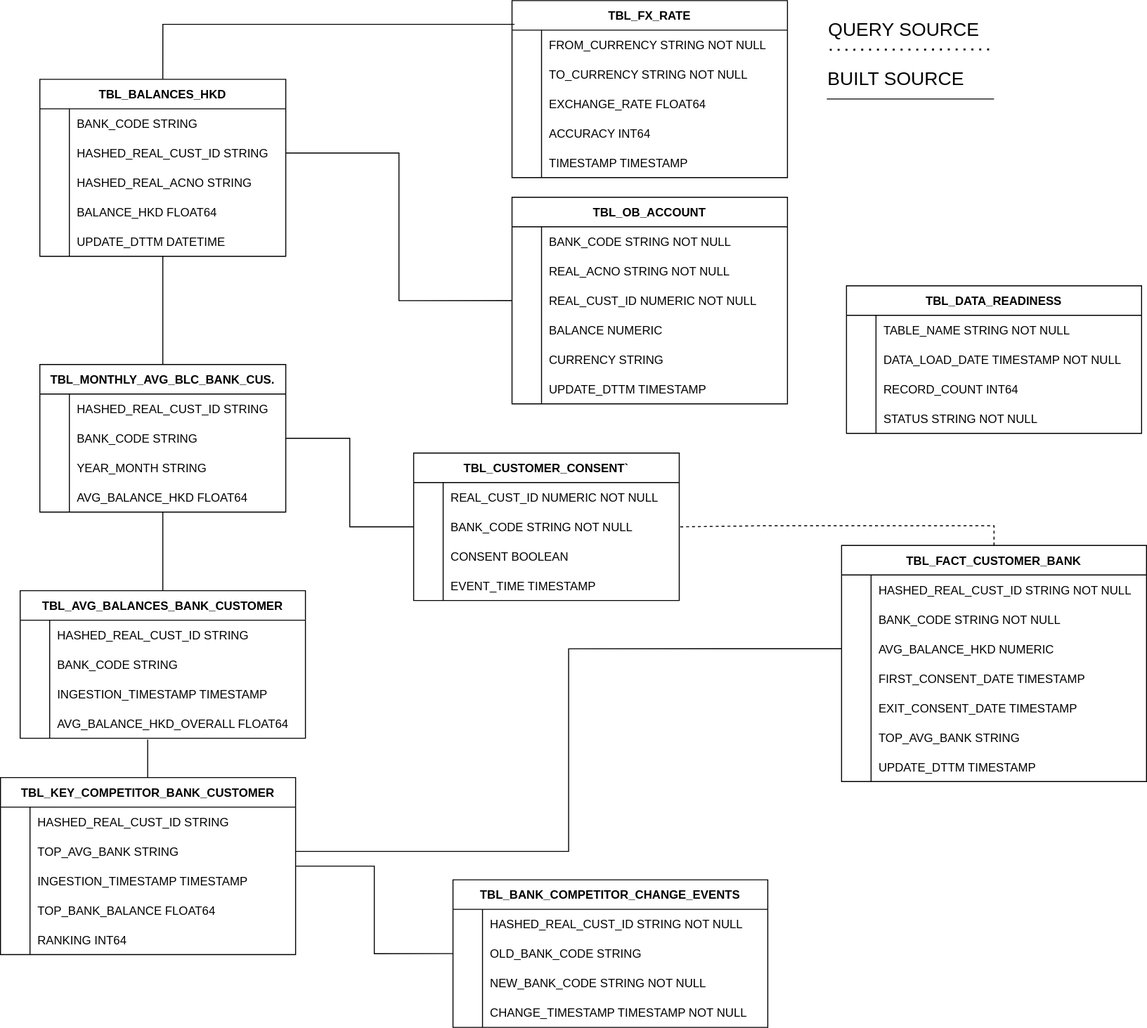
Earlier version of the draw.io export docs/ER Diagram.drawio.svg (sfandino/global-banking). Source tidied: cells renumbered, new cells last; positions are measured from the earlier drawing's top-left corner, leaving out a move shared by most shapes.
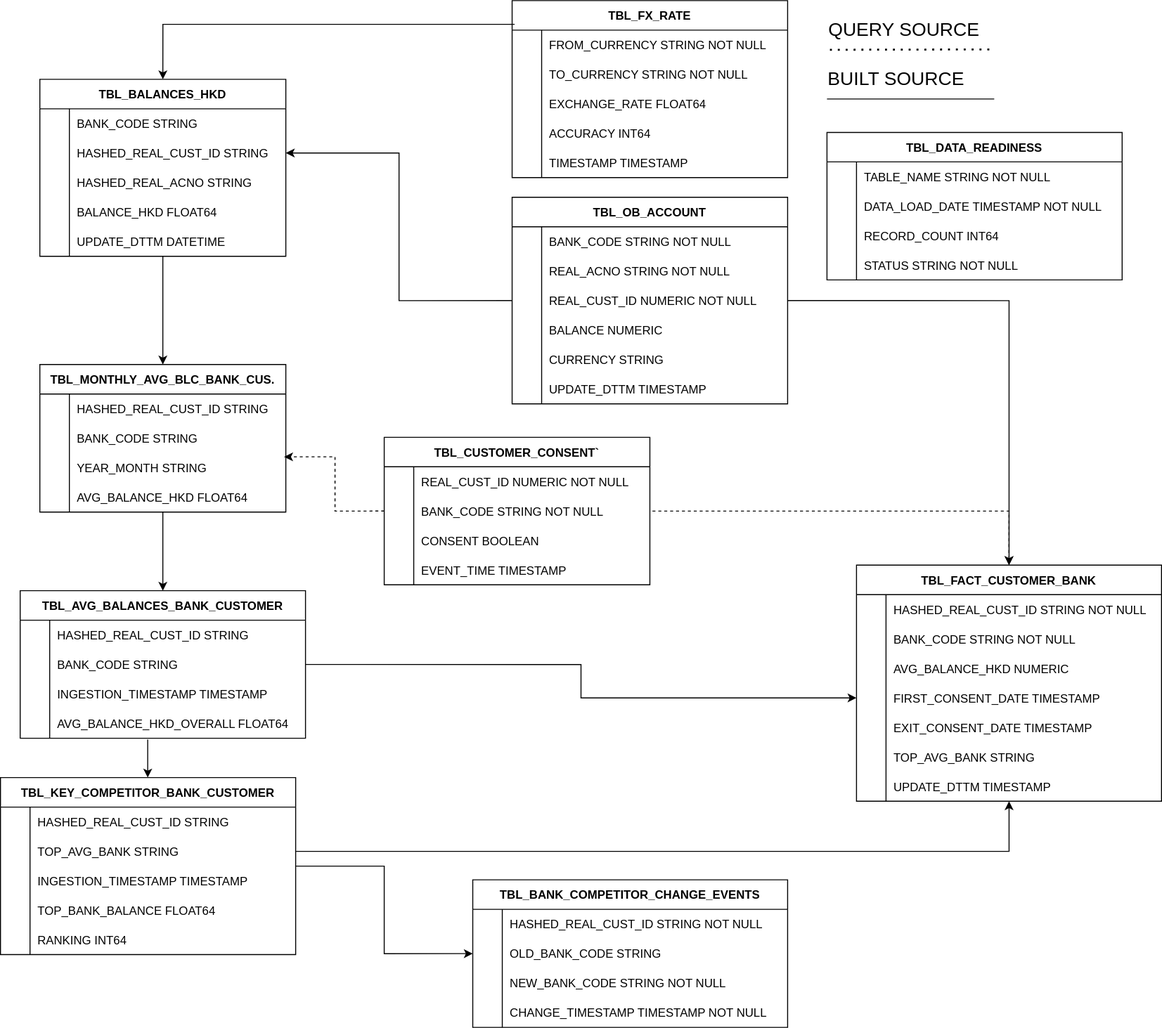
Later version of the same file.

The edit, as a diff of the source:
```diff
@@ -60,7 +60,7 @@
       <mxGeometry x="30" width="250" height="30" as="geometry" />
     </mxCell>
     <mxCell id="21" value="TBL_CUSTOMER_CONSENT`" style="shape=table;startSize=30;rowLines=0;fontStyle=1;align=center;" parent="1" vertex="1">
-      <mxGeometry x="420" y="460" width="270" height="150" as="geometry" />
+      <mxGeometry x="390" y="444" width="270" height="150" as="geometry" />
     </mxCell>
     <mxCell id="22" style="shape=tableRow;horizontal=0;startSize=0;swimlaneHead=0;swimlaneBody=0;fillColor=none;strokeColor=inherit;top=0;left=0;right=0;bottom=0;" parent="21" vertex="1">
       <mxGeometry y="30" width="270" height="30" as="geometry" />
@@ -233,10 +233,10 @@
     <mxCell id="78" value="AVG_BALANCE_HKD FLOAT64" style="shape=partialRectangle;overflow=hidden;fillColor=none;align=left;strokeColor=inherit;top=0;left=0;bottom=0;right=0;spacingLeft=6;" parent="76" vertex="1">
       <mxGeometry x="30" width="220" height="30" as="geometry" />
     </mxCell>
-    <mxCell id="79" style="edgeStyle=orthogonalEdgeStyle;rounded=0;jettySize=auto;html=1;exitX=0.5;exitY=0;exitDx=0;exitDy=0;endArrow=none;endFill=0;" parent="1" edge="1" source="81" target="66">
+    <mxCell id="79" style="edgeStyle=orthogonalEdgeStyle;rounded=0;jettySize=auto;html=1;exitX=0.5;exitY=0;exitDx=0;exitDy=0;endArrow=none;endFill=0;startArrow=classic;startFill=1;" parent="1" edge="1" source="81" target="66">
       <mxGeometry relative="1" as="geometry" />
     </mxCell>
-    <mxCell id="80" style="edgeStyle=orthogonalEdgeStyle;rounded=0;jettySize=auto;html=1;entryX=0.5;entryY=0;entryDx=0;entryDy=0;exitX=0.447;exitY=1.043;exitDx=0;exitDy=0;exitPerimeter=0;endArrow=none;endFill=0;" parent="1" edge="1" source="91" target="94">
+    <mxCell id="80" style="edgeStyle=orthogonalEdgeStyle;rounded=0;jettySize=auto;html=1;entryX=0.5;entryY=0;entryDx=0;entryDy=0;exitX=0.447;exitY=1.043;exitDx=0;exitDy=0;exitPerimeter=0;endArrow=classic;endFill=1;" parent="1" edge="1" source="91" target="94">
       <mxGeometry relative="1" as="geometry">
         <Array as="points">
           <mxPoint x="150" y="790" />
@@ -332,7 +332,7 @@
       <mxGeometry x="30" width="270" height="30" as="geometry" />
     </mxCell>
     <mxCell id="110" value="TBL_FACT_CUSTOMER_BANK" style="shape=table;startSize=30;rowLines=0;fontStyle=1;align=center;" parent="1" vertex="1">
-      <mxGeometry x="855" y="554" width="310" height="240" as="geometry" />
+      <mxGeometry x="870" y="574" width="310" height="240" as="geometry" />
     </mxCell>
     <mxCell id="111" style="shape=tableRow;horizontal=0;startSize=0;swimlaneHead=0;swimlaneBody=0;fillColor=none;strokeColor=inherit;top=0;left=0;right=0;bottom=0;" parent="110" vertex="1">
       <mxGeometry y="30" width="310" height="30" as="geometry" />
@@ -398,7 +398,7 @@
       <mxGeometry x="30" width="280" height="30" as="geometry" />
     </mxCell>
     <mxCell id="132" value="TBL_DATA_READINESS" style="shape=table;startSize=30;rowLines=0;fontStyle=1;align=center;" parent="1" vertex="1">
-      <mxGeometry x="860" y="290" width="300" height="150" as="geometry" />
+      <mxGeometry x="840" y="134" width="300" height="150" as="geometry" />
     </mxCell>
     <mxCell id="133" style="shape=tableRow;horizontal=0;startSize=0;swimlaneHead=0;swimlaneBody=0;fillColor=none;strokeColor=inherit;top=0;left=0;right=0;bottom=0;" parent="132" vertex="1">
       <mxGeometry y="30" width="300" height="30" as="geometry" />
@@ -436,22 +436,19 @@
     <mxCell id="144" value="STATUS STRING NOT NULL" style="shape=partialRectangle;overflow=hidden;fillColor=none;align=left;strokeColor=inherit;top=0;left=0;bottom=0;right=0;spacingLeft=6;" parent="142" vertex="1">
       <mxGeometry x="30" width="270" height="30" as="geometry" />
     </mxCell>
-    <mxCell id="145" style="rounded=0;jettySize=auto;html=1;edgeStyle=orthogonalEdgeStyle;endArrow=none;endFill=0;dashed=1;exitX=0.5;exitY=0;exitDx=0;exitDy=0;" parent="1" edge="1" source="110" target="21">
+    <mxCell id="145" style="rounded=0;jettySize=auto;html=1;edgeStyle=orthogonalEdgeStyle;endArrow=none;endFill=0;dashed=1;exitX=0.5;exitY=0;exitDx=0;exitDy=0;startArrow=classic;startFill=1;" parent="1" edge="1" source="110" target="21">
       <mxGeometry relative="1" as="geometry" />
     </mxCell>
-    <mxCell id="146" style="edgeStyle=orthogonalEdgeStyle;rounded=0;jettySize=auto;html=1;entryX=0;entryY=0.5;entryDx=0;entryDy=0;endArrow=none;endFill=0;" parent="1" edge="1" source="54" target="9">
+    <mxCell id="146" style="edgeStyle=orthogonalEdgeStyle;rounded=0;jettySize=auto;html=1;entryX=0;entryY=0.5;entryDx=0;entryDy=0;endArrow=none;endFill=0;startArrow=classic;startFill=1;" parent="1" edge="1" source="54" target="9">
       <mxGeometry relative="1" as="geometry" />
     </mxCell>
-    <mxCell id="147" style="edgeStyle=orthogonalEdgeStyle;rounded=0;jettySize=auto;html=1;entryX=0.5;entryY=0;entryDx=0;entryDy=0;endArrow=none;endFill=0;exitX=0.009;exitY=0.134;exitDx=0;exitDy=0;exitPerimeter=0;" parent="1" edge="1" source="34" target="50">
+    <mxCell id="147" style="edgeStyle=orthogonalEdgeStyle;rounded=0;jettySize=auto;html=1;entryX=0.5;entryY=0;entryDx=0;entryDy=0;endArrow=classic;endFill=1;exitX=0.009;exitY=0.134;exitDx=0;exitDy=0;exitPerimeter=0;" parent="1" edge="1" source="34" target="50">
       <mxGeometry relative="1" as="geometry" />
     </mxCell>
-    <mxCell id="148" style="edgeStyle=orthogonalEdgeStyle;rounded=0;jettySize=auto;html=1;endArrow=none;endFill=0;" parent="1" edge="1" source="50" target="66">
+    <mxCell id="148" style="edgeStyle=orthogonalEdgeStyle;rounded=0;jettySize=auto;html=1;endArrow=classic;endFill=1;" parent="1" edge="1" source="50" target="66">
       <mxGeometry relative="1" as="geometry" />
     </mxCell>
-    <mxCell id="149" style="edgeStyle=orthogonalEdgeStyle;rounded=0;jettySize=auto;html=1;endArrow=none;endFill=0;" parent="1" edge="1" source="66" target="21">
-      <mxGeometry relative="1" as="geometry" />
-    </mxCell>
-    <mxCell id="150" style="edgeStyle=orthogonalEdgeStyle;rounded=0;jettySize=auto;html=1;exitX=0;exitY=0.5;exitDx=0;exitDy=0;endArrow=none;endFill=0;" parent="1" edge="1" source="159" target="94">
+    <mxCell id="150" style="edgeStyle=orthogonalEdgeStyle;rounded=0;jettySize=auto;html=1;exitX=0;exitY=0.5;exitDx=0;exitDy=0;endArrow=none;endFill=0;startArrow=classic;startFill=1;" parent="1" edge="1" source="159" target="94">
       <mxGeometry relative="1" as="geometry" />
     </mxCell>
     <mxCell id="151" style="endArrow=none;dashed=1;html=1;dashPattern=1 3;strokeWidth=2;rounded=0;entryX=0.993;entryY=0.99;entryDx=0;entryDy=0;entryPerimeter=0;" parent="1" edge="1" target="152">
@@ -472,7 +469,7 @@
       <mxGeometry x="830" y="60" width="160" height="40" as="geometry" />
     </mxCell>
     <mxCell id="155" value="TBL_BANK_COMPETITOR_CHANGE_EVENTS" style="shape=table;startSize=30;rowLines=0;fontStyle=1;align=center;" parent="1" vertex="1">
-      <mxGeometry x="460" y="894" width="320" height="150" as="geometry" />
+      <mxGeometry x="480" y="894" width="320" height="150" as="geometry" />
     </mxCell>
     <mxCell id="156" style="shape=tableRow;horizontal=0;startSize=0;swimlaneHead=0;swimlaneBody=0;fillColor=none;strokeColor=inherit;top=0;left=0;right=0;bottom=0;" parent="155" vertex="1">
       <mxGeometry y="30" width="320" height="30" as="geometry" />
@@ -510,8 +507,17 @@
     <mxCell id="167" value="CHANGE_TIMESTAMP TIMESTAMP NOT NULL" style="shape=partialRectangle;overflow=hidden;fillColor=none;align=left;strokeColor=inherit;top=0;left=0;bottom=0;right=0;spacingLeft=6;" parent="165" vertex="1">
       <mxGeometry x="30" width="290" height="30" as="geometry" />
     </mxCell>
-    <mxCell id="168" style="edgeStyle=orthogonalEdgeStyle;rounded=0;jettySize=auto;html=1;exitX=1;exitY=0.5;exitDx=0;exitDy=0;entryX=0;entryY=0.5;entryDx=0;entryDy=0;endArrow=none;endFill=0;" parent="1" edge="1" source="98" target="117">
-      <mxGeometry relative="1" as="geometry" />
-    </mxCell>
+    <mxCell id="169" style="edgeStyle=orthogonalEdgeStyle;rounded=0;jettySize=auto;html=1;exitX=1;exitY=0.5;exitDx=0;exitDy=0;entryX=0;entryY=0.5;entryDx=0;entryDy=0;endArrow=classic;endFill=1;" parent="1" edge="1" source="85" target="120">
+      <mxGeometry relative="1" as="geometry" />
+    </mxCell>
+    <mxCell id="170" style="edgeStyle=orthogonalEdgeStyle;rounded=0;jettySize=auto;html=1;exitX=1;exitY=0.5;exitDx=0;exitDy=0;endArrow=classic;endFill=1;" parent="1" edge="1" source="98" target="110">
+      <mxGeometry relative="1" as="geometry" />
+    </mxCell>
+    <mxCell id="171" style="edgeStyle=orthogonalEdgeStyle;rounded=0;jettySize=auto;html=1;exitX=0;exitY=0.5;exitDx=0;exitDy=0;entryX=0.993;entryY=0.129;entryDx=0;entryDy=0;entryPerimeter=0;endArrow=classic;endFill=1;dashed=1;" parent="1" edge="1" source="25" target="73">
+      <mxGeometry relative="1" as="geometry" />
+    </mxCell>
+    <mxCell id="172" style="edgeStyle=orthogonalEdgeStyle;rounded=0;jettySize=auto;html=1;exitX=1;exitY=0.5;exitDx=0;exitDy=0;endArrow=classic;endFill=1;" parent="1" edge="1" source="9" target="110">
+      <mxGeometry relative="1" as="geometry" />
+    </mxCell>
   </root>
 </mxGraphModel>
```
